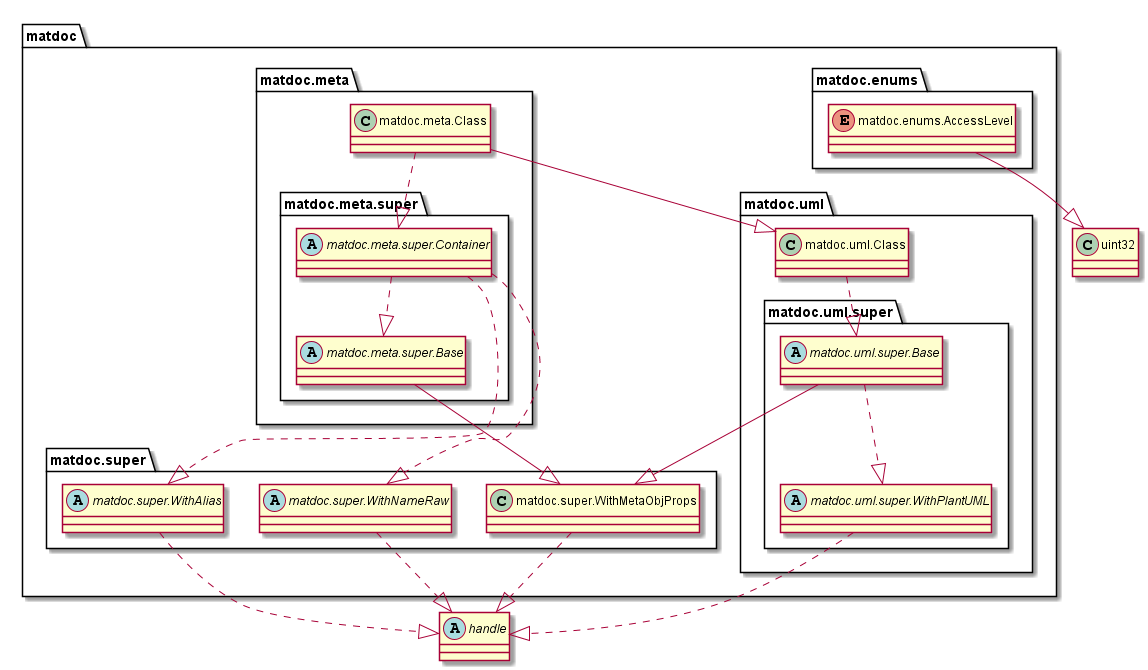
Above: doc/uml-examples/export-class-OnlyRelationship-true.png in flxdot/matdoc (PlantUML), before the change.
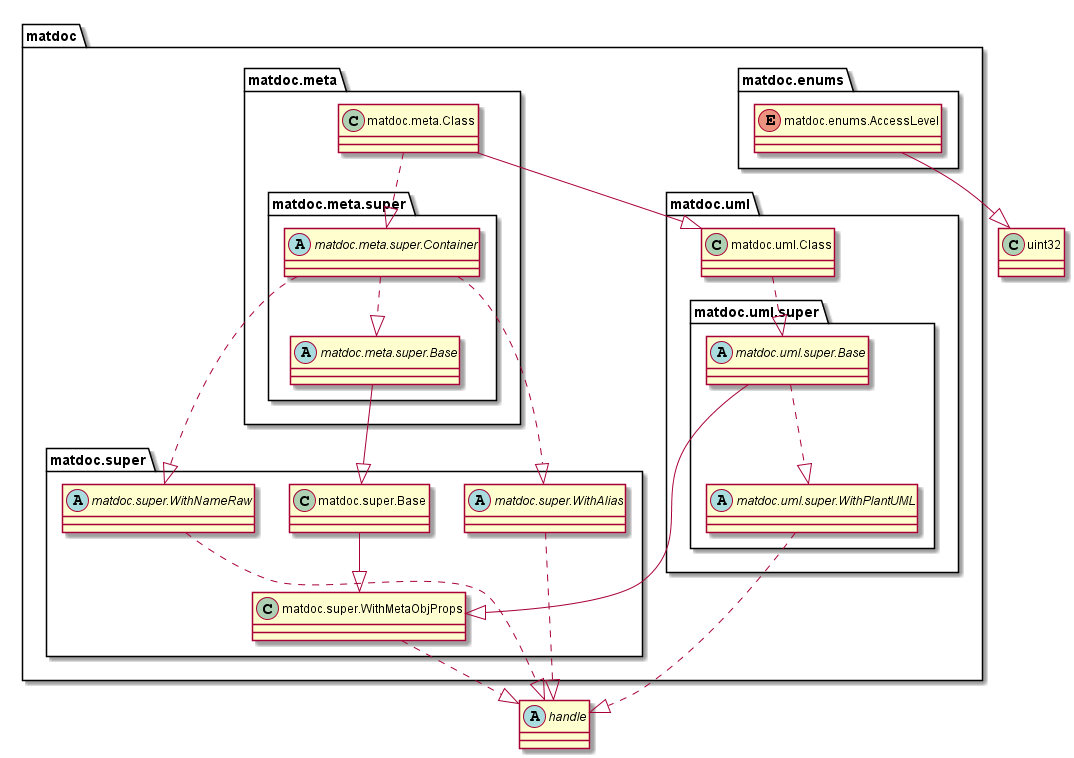
After the commit.

What changed in the source:
```diff
@@ -36,6 +36,9 @@
 
    package matdoc.super {
 
+      class matdoc.super.Base {
+      }
+
       abstract class matdoc.super.WithAlias {
       }
 
@@ -70,10 +73,11 @@
 matdoc.enums.AccessLevel --|> uint32
 matdoc.meta.Class ..|> matdoc.meta.super.Container
 matdoc.meta.Class --|> matdoc.uml.Class
-matdoc.meta.super.Base --|> matdoc.super.WithMetaObjProps
+matdoc.meta.super.Base --|> matdoc.super.Base
 matdoc.meta.super.Container ..|> matdoc.meta.super.Base
 matdoc.meta.super.Container ..|> matdoc.super.WithNameRaw
 matdoc.meta.super.Container ..|> matdoc.super.WithAlias
+matdoc.super.Base --|> matdoc.super.WithMetaObjProps
 matdoc.super.WithAlias ..|> handle
 matdoc.super.WithMetaObjProps ..|> handle
 matdoc.super.WithNameRaw ..|> handle
```
